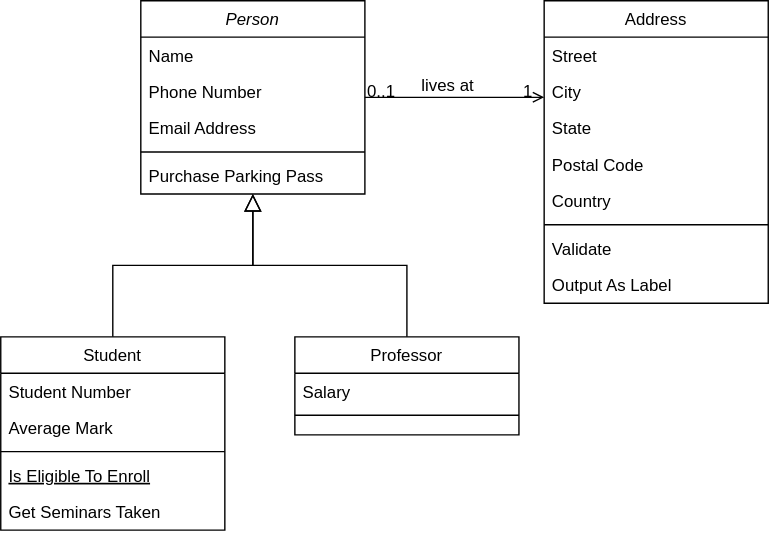
This is Stage.drawio.svg from Ashura100/ProjetStage, a draw.io export, as it was before one commit. Source tidied: cells renumbered, new cells last; positions are measured from the earlier drawing's top-left corner, leaving out a move shared by most shapes. The source it was exported from:
```xml
<mxGraphModel>
  <root>
    <mxCell id="0" />
    <mxCell id="1" parent="0" />
    <mxCell id="2" value="Person" style="swimlane;fontStyle=2;align=center;verticalAlign=top;horizontal=1;startSize=26;rounded=0;shadow=0;strokeWidth=1;" parent="1" vertex="1">
      <mxGeometry x="100" width="160" height="138" as="geometry" />
    </mxCell>
    <mxCell id="3" value="Name" style="text;align=left;verticalAlign=top;spacingLeft=4;spacingRight=4;overflow=hidden;" parent="2" vertex="1">
      <mxGeometry y="26" width="160" height="26" as="geometry" />
    </mxCell>
    <mxCell id="4" value="Phone Number" style="text;align=left;verticalAlign=top;spacingLeft=4;spacingRight=4;overflow=hidden;rounded=0;shadow=0;html=0;" parent="2" vertex="1">
      <mxGeometry y="52" width="160" height="26" as="geometry" />
    </mxCell>
    <mxCell id="5" value="Email Address" style="text;align=left;verticalAlign=top;spacingLeft=4;spacingRight=4;overflow=hidden;rounded=0;shadow=0;html=0;" parent="2" vertex="1">
      <mxGeometry y="78" width="160" height="26" as="geometry" />
    </mxCell>
    <mxCell id="6" style="line;html=1;strokeWidth=1;align=left;verticalAlign=middle;spacingTop=-1;spacingLeft=3;spacingRight=3;labelPosition=right;" parent="2" vertex="1">
      <mxGeometry y="104" width="160" height="8" as="geometry" />
    </mxCell>
    <mxCell id="7" value="Purchase Parking Pass" style="text;align=left;verticalAlign=top;spacingLeft=4;spacingRight=4;overflow=hidden;" parent="2" vertex="1">
      <mxGeometry y="112" width="160" height="26" as="geometry" />
    </mxCell>
    <mxCell id="8" value="Student" style="swimlane;fontStyle=0;align=center;verticalAlign=top;horizontal=1;startSize=26;rounded=0;shadow=0;strokeWidth=1;" parent="1" vertex="1">
      <mxGeometry y="240" width="160" height="138" as="geometry" />
    </mxCell>
    <mxCell id="9" value="Student Number" style="text;align=left;verticalAlign=top;spacingLeft=4;spacingRight=4;overflow=hidden;" parent="8" vertex="1">
      <mxGeometry y="26" width="160" height="26" as="geometry" />
    </mxCell>
    <mxCell id="10" value="Average Mark" style="text;align=left;verticalAlign=top;spacingLeft=4;spacingRight=4;overflow=hidden;rounded=0;shadow=0;html=0;" parent="8" vertex="1">
      <mxGeometry y="52" width="160" height="26" as="geometry" />
    </mxCell>
    <mxCell id="11" style="line;html=1;strokeWidth=1;align=left;verticalAlign=middle;spacingTop=-1;spacingLeft=3;spacingRight=3;labelPosition=right;" parent="8" vertex="1">
      <mxGeometry y="78" width="160" height="8" as="geometry" />
    </mxCell>
    <mxCell id="12" value="Is Eligible To Enroll" style="text;align=left;verticalAlign=top;spacingLeft=4;spacingRight=4;overflow=hidden;fontStyle=4;" parent="8" vertex="1">
      <mxGeometry y="86" width="160" height="26" as="geometry" />
    </mxCell>
    <mxCell id="13" value="Get Seminars Taken" style="text;align=left;verticalAlign=top;spacingLeft=4;spacingRight=4;overflow=hidden;" parent="8" vertex="1">
      <mxGeometry y="112" width="160" height="26" as="geometry" />
    </mxCell>
    <mxCell id="14" style="endArrow=block;endSize=10;endFill=0;shadow=0;strokeWidth=1;rounded=0;curved=0;edgeStyle=elbowEdgeStyle;elbow=vertical;" parent="1" edge="1" source="8" target="2">
      <mxGeometry relative="1" as="geometry" />
    </mxCell>
    <mxCell id="15" value="Professor" style="swimlane;fontStyle=0;align=center;verticalAlign=top;horizontal=1;startSize=26;rounded=0;shadow=0;strokeWidth=1;" parent="1" vertex="1">
      <mxGeometry x="210" y="240" width="160" height="70" as="geometry" />
    </mxCell>
    <mxCell id="16" value="Salary" style="text;align=left;verticalAlign=top;spacingLeft=4;spacingRight=4;overflow=hidden;" parent="15" vertex="1">
      <mxGeometry y="26" width="160" height="26" as="geometry" />
    </mxCell>
    <mxCell id="17" style="line;html=1;strokeWidth=1;align=left;verticalAlign=middle;spacingTop=-1;spacingLeft=3;spacingRight=3;labelPosition=right;" parent="15" vertex="1">
      <mxGeometry y="52" width="160" height="8" as="geometry" />
    </mxCell>
    <mxCell id="18" style="endArrow=block;endSize=10;endFill=0;shadow=0;strokeWidth=1;rounded=0;curved=0;edgeStyle=elbowEdgeStyle;elbow=vertical;" parent="1" edge="1" source="15" target="2">
      <mxGeometry relative="1" as="geometry" />
    </mxCell>
    <mxCell id="19" value="Address" style="swimlane;fontStyle=0;align=center;verticalAlign=top;horizontal=1;startSize=26;rounded=0;shadow=0;strokeWidth=1;" parent="1" vertex="1">
      <mxGeometry x="388" width="160" height="216" as="geometry" />
    </mxCell>
    <mxCell id="20" value="Street" style="text;align=left;verticalAlign=top;spacingLeft=4;spacingRight=4;overflow=hidden;" parent="19" vertex="1">
      <mxGeometry y="26" width="160" height="26" as="geometry" />
    </mxCell>
    <mxCell id="21" value="City" style="text;align=left;verticalAlign=top;spacingLeft=4;spacingRight=4;overflow=hidden;rounded=0;shadow=0;html=0;" parent="19" vertex="1">
      <mxGeometry y="52" width="160" height="26" as="geometry" />
    </mxCell>
    <mxCell id="22" value="State" style="text;align=left;verticalAlign=top;spacingLeft=4;spacingRight=4;overflow=hidden;rounded=0;shadow=0;html=0;" parent="19" vertex="1">
      <mxGeometry y="78" width="160" height="26" as="geometry" />
    </mxCell>
    <mxCell id="23" value="Postal Code" style="text;align=left;verticalAlign=top;spacingLeft=4;spacingRight=4;overflow=hidden;rounded=0;shadow=0;html=0;" parent="19" vertex="1">
      <mxGeometry y="104" width="160" height="26" as="geometry" />
    </mxCell>
    <mxCell id="24" value="Country" style="text;align=left;verticalAlign=top;spacingLeft=4;spacingRight=4;overflow=hidden;rounded=0;shadow=0;html=0;" parent="19" vertex="1">
      <mxGeometry y="130" width="160" height="26" as="geometry" />
    </mxCell>
    <mxCell id="25" style="line;html=1;strokeWidth=1;align=left;verticalAlign=middle;spacingTop=-1;spacingLeft=3;spacingRight=3;labelPosition=right;" parent="19" vertex="1">
      <mxGeometry y="156" width="160" height="8" as="geometry" />
    </mxCell>
    <mxCell id="26" value="Validate" style="text;align=left;verticalAlign=top;spacingLeft=4;spacingRight=4;overflow=hidden;" parent="19" vertex="1">
      <mxGeometry y="164" width="160" height="26" as="geometry" />
    </mxCell>
    <mxCell id="27" value="Output As Label" style="text;align=left;verticalAlign=top;spacingLeft=4;spacingRight=4;overflow=hidden;" parent="19" vertex="1">
      <mxGeometry y="190" width="160" height="26" as="geometry" />
    </mxCell>
    <mxCell id="28" style="endArrow=open;shadow=0;strokeWidth=1;rounded=0;curved=0;endFill=1;edgeStyle=elbowEdgeStyle;elbow=vertical;" parent="1" edge="1" source="2" target="19">
      <mxGeometry x="0.5" y="41" relative="1" as="geometry">
        <mxPoint x="-40" y="32" as="offset" />
      </mxGeometry>
    </mxCell>
    <mxCell id="29" value="0..1" style="align=left;verticalAlign=bottom;labelBackgroundColor=none;fontSize=12;" parent="28" vertex="1">
      <mxGeometry x="-1" relative="1" as="geometry">
        <mxPoint y="4" as="offset" />
      </mxGeometry>
    </mxCell>
    <mxCell id="30" value="1" style="align=right;verticalAlign=bottom;labelBackgroundColor=none;fontSize=12;" parent="28" vertex="1">
      <mxGeometry x="1" relative="1" as="geometry">
        <mxPoint x="-7" y="4" as="offset" />
      </mxGeometry>
    </mxCell>
    <mxCell id="31" value="lives at" style="text;html=1;align=center;verticalAlign=middle;labelBackgroundColor=none;rounded=0;shadow=0;strokeWidth=1;fontSize=12;" parent="28" vertex="1">
      <mxGeometry x="0.5" y="49" relative="1" as="geometry">
        <mxPoint x="-38" y="40" as="offset" />
      </mxGeometry>
    </mxCell>
  </root>
</mxGraphModel>
```
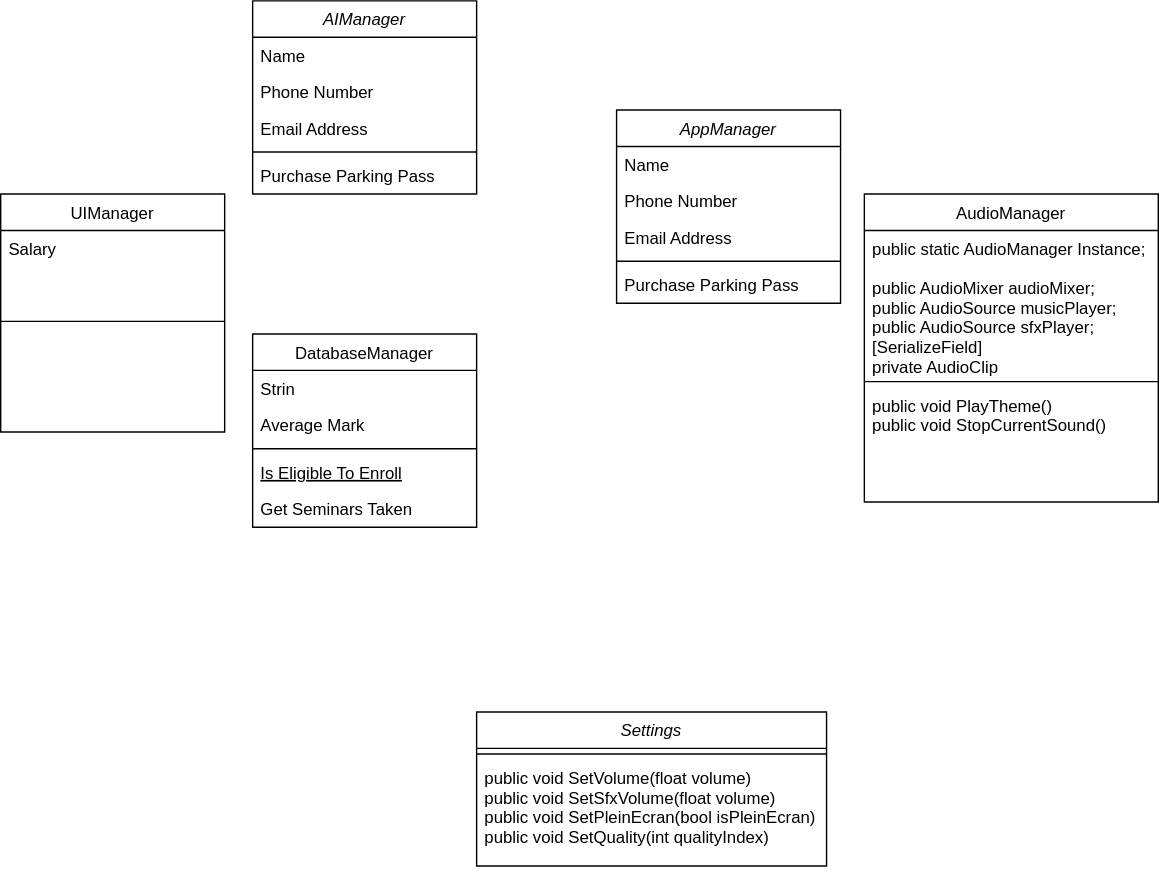
After the commit.

Commit message:
Mettre à jour Stage.drawio.svg

Diff of the diagram source:
```diff
@@ -2,28 +2,19 @@
   <root>
     <mxCell id="0" />
     <mxCell id="1" parent="0" />
-    <mxCell id="2" value="Person" style="swimlane;fontStyle=2;align=center;verticalAlign=top;horizontal=1;startSize=26;rounded=0;shadow=0;strokeWidth=1;" parent="1" vertex="1">
-      <mxGeometry x="100" width="160" height="138" as="geometry" />
+    <mxCell id="2" value="Settings" style="swimlane;fontStyle=2;align=center;verticalAlign=top;horizontal=1;startSize=26;rounded=0;shadow=0;strokeWidth=1;" parent="1" vertex="1">
+      <mxGeometry x="220" y="410" width="250" height="110" as="geometry" />
     </mxCell>
-    <mxCell id="3" value="Name" style="text;align=left;verticalAlign=top;spacingLeft=4;spacingRight=4;overflow=hidden;" parent="2" vertex="1">
-      <mxGeometry y="26" width="160" height="26" as="geometry" />
-    </mxCell>
-    <mxCell id="4" value="Phone Number" style="text;align=left;verticalAlign=top;spacingLeft=4;spacingRight=4;overflow=hidden;rounded=0;shadow=0;html=0;" parent="2" vertex="1">
-      <mxGeometry y="52" width="160" height="26" as="geometry" />
-    </mxCell>
-    <mxCell id="5" value="Email Address" style="text;align=left;verticalAlign=top;spacingLeft=4;spacingRight=4;overflow=hidden;rounded=0;shadow=0;html=0;" parent="2" vertex="1">
-      <mxGeometry y="78" width="160" height="26" as="geometry" />
-    </mxCell>
     <mxCell id="6" style="line;html=1;strokeWidth=1;align=left;verticalAlign=middle;spacingTop=-1;spacingLeft=3;spacingRight=3;labelPosition=right;" parent="2" vertex="1">
-      <mxGeometry y="104" width="160" height="8" as="geometry" />
+      <mxGeometry y="26" width="250" height="8" as="geometry" />
     </mxCell>
-    <mxCell id="7" value="Purchase Parking Pass" style="text;align=left;verticalAlign=top;spacingLeft=4;spacingRight=4;overflow=hidden;" parent="2" vertex="1">
-      <mxGeometry y="112" width="160" height="26" as="geometry" />
+    <mxCell id="7" value="public void SetVolume(float volume)&#10;public void SetSfxVolume(float volume)&#10;public void SetPleinEcran(bool isPleinEcran)&#10;public void SetQuality(int qualityIndex)" style="text;align=left;verticalAlign=top;spacingLeft=4;spacingRight=4;overflow=hidden;" parent="2" vertex="1">
+      <mxGeometry y="34" width="250" height="76" as="geometry" />
     </mxCell>
-    <mxCell id="8" value="Student" style="swimlane;fontStyle=0;align=center;verticalAlign=top;horizontal=1;startSize=26;rounded=0;shadow=0;strokeWidth=1;" parent="1" vertex="1">
-      <mxGeometry y="240" width="160" height="138" as="geometry" />
+    <mxCell id="8" value="DatabaseManager" style="swimlane;fontStyle=0;align=center;verticalAlign=top;horizontal=1;startSize=26;rounded=0;shadow=0;strokeWidth=1;" parent="1" vertex="1">
+      <mxGeometry x="60" y="140" width="160" height="138" as="geometry" />
     </mxCell>
-    <mxCell id="9" value="Student Number" style="text;align=left;verticalAlign=top;spacingLeft=4;spacingRight=4;overflow=hidden;" parent="8" vertex="1">
+    <mxCell id="9" value="Strin" style="text;align=left;verticalAlign=top;spacingLeft=4;spacingRight=4;overflow=hidden;" parent="8" vertex="1">
       <mxGeometry y="26" width="160" height="26" as="geometry" />
     </mxCell>
     <mxCell id="10" value="Average Mark" style="text;align=left;verticalAlign=top;spacingLeft=4;spacingRight=4;overflow=hidden;rounded=0;shadow=0;html=0;" parent="8" vertex="1">
@@ -38,67 +29,62 @@
     <mxCell id="13" value="Get Seminars Taken" style="text;align=left;verticalAlign=top;spacingLeft=4;spacingRight=4;overflow=hidden;" parent="8" vertex="1">
       <mxGeometry y="112" width="160" height="26" as="geometry" />
     </mxCell>
-    <mxCell id="14" style="endArrow=block;endSize=10;endFill=0;shadow=0;strokeWidth=1;rounded=0;curved=0;edgeStyle=elbowEdgeStyle;elbow=vertical;" parent="1" edge="1" source="8" target="2">
-      <mxGeometry relative="1" as="geometry" />
-    </mxCell>
-    <mxCell id="15" value="Professor" style="swimlane;fontStyle=0;align=center;verticalAlign=top;horizontal=1;startSize=26;rounded=0;shadow=0;strokeWidth=1;" parent="1" vertex="1">
-      <mxGeometry x="210" y="240" width="160" height="70" as="geometry" />
+    <mxCell id="15" value="UIManager" style="swimlane;fontStyle=0;align=center;verticalAlign=top;horizontal=1;startSize=26;rounded=0;shadow=0;strokeWidth=1;" parent="1" vertex="1">
+      <mxGeometry x="-120" y="40" width="160" height="170" as="geometry" />
     </mxCell>
     <mxCell id="16" value="Salary" style="text;align=left;verticalAlign=top;spacingLeft=4;spacingRight=4;overflow=hidden;" parent="15" vertex="1">
       <mxGeometry y="26" width="160" height="26" as="geometry" />
     </mxCell>
     <mxCell id="17" style="line;html=1;strokeWidth=1;align=left;verticalAlign=middle;spacingTop=-1;spacingLeft=3;spacingRight=3;labelPosition=right;" parent="15" vertex="1">
-      <mxGeometry y="52" width="160" height="8" as="geometry" />
+      <mxGeometry y="52" width="160" height="78" as="geometry" />
     </mxCell>
-    <mxCell id="18" style="endArrow=block;endSize=10;endFill=0;shadow=0;strokeWidth=1;rounded=0;curved=0;edgeStyle=elbowEdgeStyle;elbow=vertical;" parent="1" edge="1" source="15" target="2">
-      <mxGeometry relative="1" as="geometry" />
-    </mxCell>
-    <mxCell id="19" value="Address" style="swimlane;fontStyle=0;align=center;verticalAlign=top;horizontal=1;startSize=26;rounded=0;shadow=0;strokeWidth=1;" parent="1" vertex="1">
-      <mxGeometry x="388" width="160" height="216" as="geometry" />
+    <mxCell id="19" value="AudioManager" style="swimlane;fontStyle=0;align=center;verticalAlign=top;horizontal=1;startSize=26;rounded=0;shadow=0;strokeWidth=1;" parent="1" vertex="1">
+      <mxGeometry x="497" y="40" width="210" height="220" as="geometry" />
     </mxCell>
-    <mxCell id="20" value="Street" style="text;align=left;verticalAlign=top;spacingLeft=4;spacingRight=4;overflow=hidden;" parent="19" vertex="1">
-      <mxGeometry y="26" width="160" height="26" as="geometry" />
+    <mxCell id="20" value="public static AudioManager Instance;&#10;&#10;public AudioMixer audioMixer;&#10;public AudioSource musicPlayer;&#10;public AudioSource sfxPlayer;&#10;[SerializeField]&#10;private AudioClip" style="text;align=left;verticalAlign=top;spacingLeft=4;spacingRight=4;overflow=hidden;" parent="19" vertex="1">
+      <mxGeometry y="26" width="210" height="104" as="geometry" />
     </mxCell>
-    <mxCell id="21" value="City" style="text;align=left;verticalAlign=top;spacingLeft=4;spacingRight=4;overflow=hidden;rounded=0;shadow=0;html=0;" parent="19" vertex="1">
-      <mxGeometry y="52" width="160" height="26" as="geometry" />
-    </mxCell>
-    <mxCell id="22" value="State" style="text;align=left;verticalAlign=top;spacingLeft=4;spacingRight=4;overflow=hidden;rounded=0;shadow=0;html=0;" parent="19" vertex="1">
-      <mxGeometry y="78" width="160" height="26" as="geometry" />
-    </mxCell>
-    <mxCell id="23" value="Postal Code" style="text;align=left;verticalAlign=top;spacingLeft=4;spacingRight=4;overflow=hidden;rounded=0;shadow=0;html=0;" parent="19" vertex="1">
-      <mxGeometry y="104" width="160" height="26" as="geometry" />
-    </mxCell>
-    <mxCell id="24" value="Country" style="text;align=left;verticalAlign=top;spacingLeft=4;spacingRight=4;overflow=hidden;rounded=0;shadow=0;html=0;" parent="19" vertex="1">
-      <mxGeometry y="130" width="160" height="26" as="geometry" />
-    </mxCell>
     <mxCell id="25" style="line;html=1;strokeWidth=1;align=left;verticalAlign=middle;spacingTop=-1;spacingLeft=3;spacingRight=3;labelPosition=right;" parent="19" vertex="1">
-      <mxGeometry y="156" width="160" height="8" as="geometry" />
+      <mxGeometry y="130" width="210" height="8" as="geometry" />
     </mxCell>
-    <mxCell id="26" value="Validate" style="text;align=left;verticalAlign=top;spacingLeft=4;spacingRight=4;overflow=hidden;" parent="19" vertex="1">
-      <mxGeometry y="164" width="160" height="26" as="geometry" />
+    <mxCell id="26" value="public void PlayTheme()&#10;public void StopCurrentSound()" style="text;align=left;verticalAlign=top;spacingLeft=4;spacingRight=4;overflow=hidden;" parent="19" vertex="1">
+      <mxGeometry y="138" width="210" height="82" as="geometry" />
     </mxCell>
-    <mxCell id="27" value="Output As Label" style="text;align=left;verticalAlign=top;spacingLeft=4;spacingRight=4;overflow=hidden;" parent="19" vertex="1">
-      <mxGeometry y="190" width="160" height="26" as="geometry" />
-    </mxCell>
-    <mxCell id="28" style="endArrow=open;shadow=0;strokeWidth=1;rounded=0;curved=0;endFill=1;edgeStyle=elbowEdgeStyle;elbow=vertical;" parent="1" edge="1" source="2" target="19">
-      <mxGeometry x="0.5" y="41" relative="1" as="geometry">
-        <mxPoint x="-40" y="32" as="offset" />
-      </mxGeometry>
-    </mxCell>
-    <mxCell id="29" value="0..1" style="align=left;verticalAlign=bottom;labelBackgroundColor=none;fontSize=12;" parent="28" vertex="1">
-      <mxGeometry x="-1" relative="1" as="geometry">
-        <mxPoint y="4" as="offset" />
-      </mxGeometry>
-    </mxCell>
-    <mxCell id="30" value="1" style="align=right;verticalAlign=bottom;labelBackgroundColor=none;fontSize=12;" parent="28" vertex="1">
-      <mxGeometry x="1" relative="1" as="geometry">
-        <mxPoint x="-7" y="4" as="offset" />
-      </mxGeometry>
-    </mxCell>
-    <mxCell id="31" value="lives at" style="text;html=1;align=center;verticalAlign=middle;labelBackgroundColor=none;rounded=0;shadow=0;strokeWidth=1;fontSize=12;" parent="28" vertex="1">
-      <mxGeometry x="0.5" y="49" relative="1" as="geometry">
-        <mxPoint x="-38" y="40" as="offset" />
-      </mxGeometry>
-    </mxCell>
+    <mxCell id="32" value="AppManager" style="swimlane;fontStyle=2;align=center;verticalAlign=top;horizontal=1;startSize=26;rounded=0;shadow=0;strokeWidth=1;" parent="1" vertex="1">
+      <mxGeometry x="320" y="-20" width="160" height="138" as="geometry" />
+    </mxCell>
+    <mxCell id="33" value="Name" style="text;align=left;verticalAlign=top;spacingLeft=4;spacingRight=4;overflow=hidden;" parent="32" vertex="1">
+      <mxGeometry y="26" width="160" height="26" as="geometry" />
+    </mxCell>
+    <mxCell id="34" value="Phone Number" style="text;align=left;verticalAlign=top;spacingLeft=4;spacingRight=4;overflow=hidden;rounded=0;shadow=0;html=0;" parent="32" vertex="1">
+      <mxGeometry y="52" width="160" height="26" as="geometry" />
+    </mxCell>
+    <mxCell id="35" value="Email Address" style="text;align=left;verticalAlign=top;spacingLeft=4;spacingRight=4;overflow=hidden;rounded=0;shadow=0;html=0;" parent="32" vertex="1">
+      <mxGeometry y="78" width="160" height="26" as="geometry" />
+    </mxCell>
+    <mxCell id="36" style="line;html=1;strokeWidth=1;align=left;verticalAlign=middle;spacingTop=-1;spacingLeft=3;spacingRight=3;labelPosition=right;" parent="32" vertex="1">
+      <mxGeometry y="104" width="160" height="8" as="geometry" />
+    </mxCell>
+    <mxCell id="37" value="Purchase Parking Pass" style="text;align=left;verticalAlign=top;spacingLeft=4;spacingRight=4;overflow=hidden;" parent="32" vertex="1">
+      <mxGeometry y="112" width="160" height="26" as="geometry" />
+    </mxCell>
+    <mxCell id="38" value="AIManager" style="swimlane;fontStyle=2;align=center;verticalAlign=top;horizontal=1;startSize=26;rounded=0;shadow=0;strokeWidth=1;" parent="1" vertex="1">
+      <mxGeometry x="60" y="-98" width="160" height="138" as="geometry" />
+    </mxCell>
+    <mxCell id="39" value="Name" style="text;align=left;verticalAlign=top;spacingLeft=4;spacingRight=4;overflow=hidden;" parent="38" vertex="1">
+      <mxGeometry y="26" width="160" height="26" as="geometry" />
+    </mxCell>
+    <mxCell id="40" value="Phone Number" style="text;align=left;verticalAlign=top;spacingLeft=4;spacingRight=4;overflow=hidden;rounded=0;shadow=0;html=0;" parent="38" vertex="1">
+      <mxGeometry y="52" width="160" height="26" as="geometry" />
+    </mxCell>
+    <mxCell id="41" value="Email Address" style="text;align=left;verticalAlign=top;spacingLeft=4;spacingRight=4;overflow=hidden;rounded=0;shadow=0;html=0;" parent="38" vertex="1">
+      <mxGeometry y="78" width="160" height="26" as="geometry" />
+    </mxCell>
+    <mxCell id="42" style="line;html=1;strokeWidth=1;align=left;verticalAlign=middle;spacingTop=-1;spacingLeft=3;spacingRight=3;labelPosition=right;" parent="38" vertex="1">
+      <mxGeometry y="104" width="160" height="8" as="geometry" />
+    </mxCell>
+    <mxCell id="43" value="Purchase Parking Pass" style="text;align=left;verticalAlign=top;spacingLeft=4;spacingRight=4;overflow=hidden;" parent="38" vertex="1">
+      <mxGeometry y="112" width="160" height="26" as="geometry" />
+    </mxCell>
   </root>
 </mxGraphModel>
```
